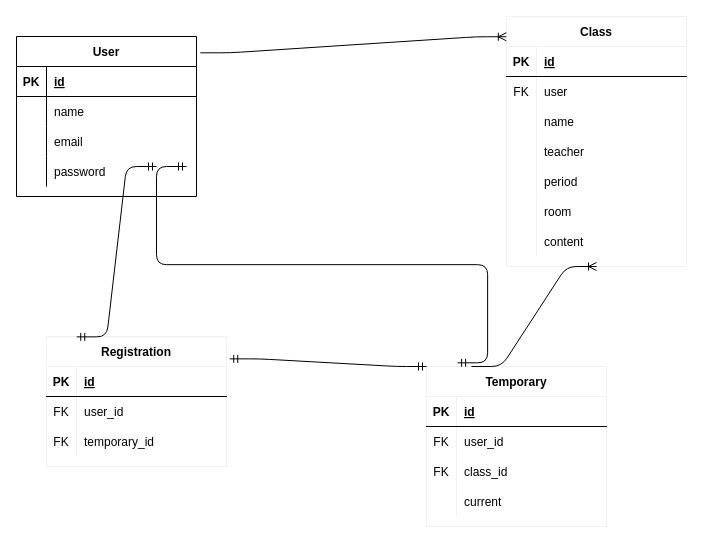
The draw.io diagram er.dio in ka-zu-ki/univ-app, before the edit. Source tidied: cells renumbered, new cells numbered last; positions are measured from the earlier drawing's top-left corner, leaving out a move shared by most shapes. Both pictures are drawn from the tidied source at 100%, with x=0, y=0 at pixel (16, 16).
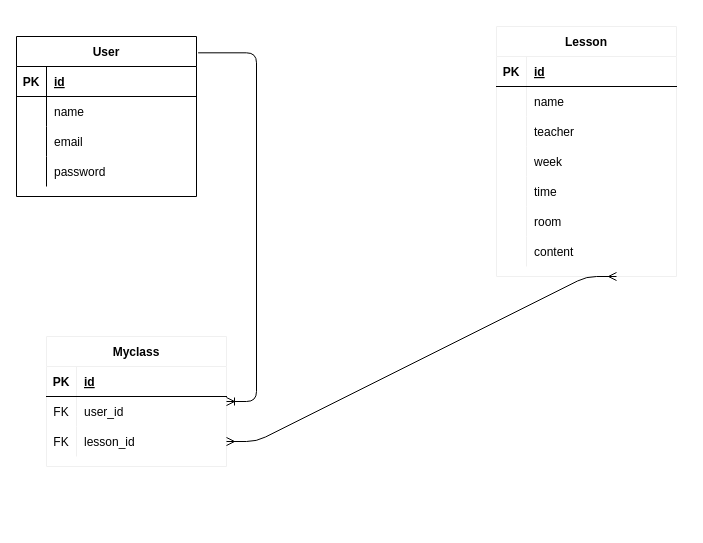
Above is the later version.

Unchanged cells that the change refers to:
```xml
<mxCell id="2" value="User" style="shape=table;startSize=30;childLayout=tableLayout;rowLines=0;fontStyle=1;align=center;" parent="1" vertex="1">
  <mxGeometry y="20" width="180" height="160" as="geometry" />
</mxCell>
<mxCell id="57" style="shape=partialRectangle;fillColor=none;top=0;left=0;bottom=0;right=0;" parent="50" vertex="1">
  <mxGeometry y="90" width="180" height="30" as="geometry" />
</mxCell>
```

The edit, as a diff of the source:
```diff
@@
-    <mxCell id="15" value="Class" style="shape=table;startSize=30;childLayout=tableLayout;rowLines=0;fontStyle=1;align=center;strokeColor=#f0f0f0;strokeWidth=1;" parent="1" vertex="1">
-      <mxGeometry x="490" width="180" height="250" as="geometry" />
+    <mxCell id="15" value="Lesson" style="shape=table;startSize=30;childLayout=tableLayout;rowLines=0;fontStyle=1;align=center;strokeColor=#f0f0f0;strokeWidth=1;" parent="1" vertex="1">
+      <mxGeometry x="480" y="10" width="180" height="250" as="geometry" />
     </mxCell>
@@
-    <mxCell id="19" style="shape=partialRectangle;fillColor=none;top=0;left=0;bottom=0;right=0;" parent="15" vertex="1">
-      <mxGeometry y="60" width="180" height="30" as="geometry" />
-    </mxCell>
-    <mxCell id="20" value="FK" style="shape=partialRectangle;fillColor=none;top=0;left=0;bottom=0;right=0;overflow=hidden;" parent="19" vertex="1">
-      <mxGeometry width="30" height="30" as="geometry" />
-    </mxCell>
-    <mxCell id="21" value="user" style="shape=partialRectangle;fillColor=none;top=0;left=0;bottom=0;right=0;align=left;spacingLeft=6;overflow=hidden;" parent="19" vertex="1">
-      <mxGeometry x="30" width="150" height="30" as="geometry" />
-    </mxCell>
     <mxCell id="22" style="shape=partialRectangle;fillColor=none;top=0;left=0;bottom=0;right=0;" parent="15" vertex="1">
-      <mxGeometry y="90" width="180" height="30" as="geometry" />
+      <mxGeometry y="60" width="180" height="30" as="geometry" />
     </mxCell>
@@
     <mxCell id="25" style="shape=partialRectangle;fillColor=none;top=0;left=0;bottom=0;right=0;" parent="15" vertex="1">
-      <mxGeometry y="120" width="180" height="30" as="geometry" />
+      <mxGeometry y="90" width="180" height="30" as="geometry" />
     </mxCell>
@@
     <mxCell id="28" style="shape=partialRectangle;fillColor=none;top=0;left=0;bottom=0;right=0;" parent="15" vertex="1">
-      <mxGeometry y="150" width="180" height="30" as="geometry" />
+      <mxGeometry y="120" width="180" height="30" as="geometry" />
     </mxCell>
@@
-    <mxCell id="30" value="period" style="shape=partialRectangle;fillColor=none;top=0;left=0;bottom=0;right=0;align=left;spacingLeft=6;overflow=hidden;" parent="28" vertex="1">
+    <mxCell id="30" value="week" style="shape=partialRectangle;fillColor=none;top=0;left=0;bottom=0;right=0;align=left;spacingLeft=6;overflow=hidden;" parent="28" vertex="1">
       <mxGeometry x="30" width="150" height="30" as="geometry" />
     </mxCell>
+    <mxCell id="65" style="shape=partialRectangle;fillColor=none;top=0;left=0;bottom=0;right=0;" parent="15" vertex="1">
+      <mxGeometry y="150" width="180" height="30" as="geometry" />
+    </mxCell>
+    <mxCell id="48" style="shape=partialRectangle;fillColor=none;top=0;left=0;bottom=0;right=0;overflow=hidden;" parent="65" vertex="1">
+      <mxGeometry width="30" height="30" as="geometry" />
+    </mxCell>
+    <mxCell id="66" value="time" style="shape=partialRectangle;fillColor=none;top=0;left=0;bottom=0;right=0;align=left;spacingLeft=6;overflow=hidden;" parent="65" vertex="1">
+      <mxGeometry x="30" width="150" height="30" as="geometry" />
+    </mxCell>
@@
-    <mxCell id="37" value="Temporary" style="shape=table;startSize=30;childLayout=tableLayout;rowLines=0;fontStyle=1;align=center;strokeColor=#f0f0f0;strokeWidth=1;" parent="1" vertex="1">
-      <mxGeometry x="410" y="350" width="180" height="160" as="geometry" />
-    </mxCell>
-    <mxCell id="38" style="shape=partialRectangle;fillColor=none;top=0;left=0;bottom=1;right=0;" parent="37" vertex="1">
-      <mxGeometry y="30" width="180" height="30" as="geometry" />
-    </mxCell>
-    <mxCell id="39" value="PK" style="shape=partialRectangle;fillColor=none;top=0;left=0;bottom=0;right=0;fontStyle=1;overflow=hidden;" parent="38" vertex="1">
-      <mxGeometry width="30" height="30" as="geometry" />
-    </mxCell>
-    <mxCell id="40" value="id" style="shape=partialRectangle;fillColor=none;top=0;left=0;bottom=0;right=0;align=left;spacingLeft=6;fontStyle=5;overflow=hidden;" parent="38" vertex="1">
-      <mxGeometry x="30" width="150" height="30" as="geometry" />
-    </mxCell>
-    <mxCell id="41" style="shape=partialRectangle;fillColor=none;top=0;left=0;bottom=0;right=0;" parent="37" vertex="1">
-      <mxGeometry y="60" width="180" height="30" as="geometry" />
-    </mxCell>
-    <mxCell id="42" value="FK" style="shape=partialRectangle;fillColor=none;top=0;left=0;bottom=0;right=0;overflow=hidden;" parent="41" vertex="1">
-      <mxGeometry width="30" height="30" as="geometry" />
-    </mxCell>
-    <mxCell id="43" value="user_id" style="shape=partialRectangle;fillColor=none;top=0;left=0;bottom=0;right=0;align=left;spacingLeft=6;overflow=hidden;" parent="41" vertex="1">
-      <mxGeometry x="30" width="150" height="30" as="geometry" />
-    </mxCell>
-    <mxCell id="44" style="shape=partialRectangle;fillColor=none;top=0;left=0;bottom=0;right=0;" parent="37" vertex="1">
-      <mxGeometry y="90" width="180" height="30" as="geometry" />
-    </mxCell>
-    <mxCell id="45" value="FK" style="shape=partialRectangle;fillColor=none;top=0;left=0;bottom=0;right=0;overflow=hidden;" parent="44" vertex="1">
-      <mxGeometry width="30" height="30" as="geometry" />
-    </mxCell>
-    <mxCell id="46" value="class_id" style="shape=partialRectangle;fillColor=none;top=0;left=0;bottom=0;right=0;align=left;spacingLeft=6;overflow=hidden;" parent="44" vertex="1">
-      <mxGeometry x="30" width="150" height="30" as="geometry" />
-    </mxCell>
-    <mxCell id="47" style="shape=partialRectangle;fillColor=none;top=0;left=0;bottom=0;right=0;" parent="37" vertex="1">
-      <mxGeometry y="120" width="180" height="30" as="geometry" />
-    </mxCell>
-    <mxCell id="48" style="shape=partialRectangle;fillColor=none;top=0;left=0;bottom=0;right=0;overflow=hidden;" parent="47" vertex="1">
-      <mxGeometry width="30" height="30" as="geometry" />
-    </mxCell>
-    <mxCell id="49" value="current" style="shape=partialRectangle;fillColor=none;top=0;left=0;bottom=0;right=0;align=left;spacingLeft=6;overflow=hidden;" parent="47" vertex="1">
-      <mxGeometry x="30" width="150" height="30" as="geometry" />
-    </mxCell>
-    <mxCell id="50" value="Registration" style="shape=table;startSize=30;childLayout=tableLayout;rowLines=0;fontStyle=1;align=center;strokeColor=#f0f0f0;strokeWidth=1;" parent="1" vertex="1">
+    <mxCell id="50" value="Myclass" style="shape=table;startSize=30;childLayout=tableLayout;rowLines=0;fontStyle=1;align=center;strokeColor=#f0f0f0;strokeWidth=1;" parent="1" vertex="1">
       <mxGeometry x="30" y="320" width="180" height="130" as="geometry" />
     </mxCell>
@@
-    <mxCell id="59" value="temporary_id" style="shape=partialRectangle;fillColor=none;top=0;left=0;bottom=0;right=0;align=left;spacingLeft=6;overflow=hidden;" parent="57" vertex="1">
+    <mxCell id="59" value="lesson_id" style="shape=partialRectangle;fillColor=none;top=0;left=0;bottom=0;right=0;align=left;spacingLeft=6;overflow=hidden;" parent="57" vertex="1">
       <mxGeometry x="30" width="150" height="30" as="geometry" />
     </mxCell>
-    <mxCell id="60" style="edgeStyle=entityRelationEdgeStyle;fontSize=12;html=1;endArrow=ERmandOne;startArrow=ERmandOne;exitX=0.168;exitY=0.003;exitDx=0;exitDy=0;exitPerimeter=0;" parent="1" edge="1" source="50">
-      <mxGeometry relative="1" as="geometry">
-        <mxPoint x="140" y="150" as="targetPoint" />
-      </mxGeometry>
-    </mxCell>
-    <mxCell id="61" style="edgeStyle=entityRelationEdgeStyle;fontSize=12;html=1;endArrow=ERoneToMany;entryX=0.5;entryY=1;entryDx=0;entryDy=0;exitX=0.25;exitY=0;exitDx=0;exitDy=0;" parent="1" edge="1" source="37" target="15">
-      <mxGeometry relative="1" as="geometry" />
-    </mxCell>
-    <mxCell id="62" style="edgeStyle=entityRelationEdgeStyle;fontSize=12;html=1;endArrow=ERmandOne;startArrow=ERmandOne;exitX=1.018;exitY=0.172;exitDx=0;exitDy=0;exitPerimeter=0;entryX=0;entryY=0;entryDx=0;entryDy=0;" parent="1" edge="1" source="50" target="37">
-      <mxGeometry relative="1" as="geometry" />
-    </mxCell>
-    <mxCell id="63" style="edgeStyle=entityRelationEdgeStyle;fontSize=12;html=1;endArrow=ERmandOne;startArrow=ERmandOne;exitX=0.173;exitY=-0.023;exitDx=0;exitDy=0;exitPerimeter=0;" parent="1" edge="1" source="37">
-      <mxGeometry relative="1" as="geometry">
-        <mxPoint x="170" y="150" as="targetPoint" />
-      </mxGeometry>
-    </mxCell>
-    <mxCell id="64" style="edgeStyle=entityRelationEdgeStyle;fontSize=12;html=1;endArrow=ERoneToMany;entryX=-0.001;entryY=0.081;entryDx=0;entryDy=0;entryPerimeter=0;exitX=1.021;exitY=0.102;exitDx=0;exitDy=0;exitPerimeter=0;" parent="1" edge="1" source="2" target="15">
-      <mxGeometry relative="1" as="geometry" />
-    </mxCell>
+    <mxCell id="67" style="edgeStyle=entityRelationEdgeStyle;fontSize=12;html=1;endArrow=ERmany;startArrow=ERmany;" parent="1" edge="1">
+      <mxGeometry relative="1" as="geometry">
+        <mxPoint x="210" y="425" as="sourcePoint" />
+        <mxPoint x="600" y="260" as="targetPoint" />
+      </mxGeometry>
+    </mxCell>
+    <mxCell id="68" style="edgeStyle=entityRelationEdgeStyle;fontSize=12;html=1;endArrow=ERoneToMany;exitX=1.009;exitY=0.102;exitDx=0;exitDy=0;exitPerimeter=0;" parent="1" edge="1" source="2" target="50">
+      <mxGeometry relative="1" as="geometry" />
+    </mxCell>
```
